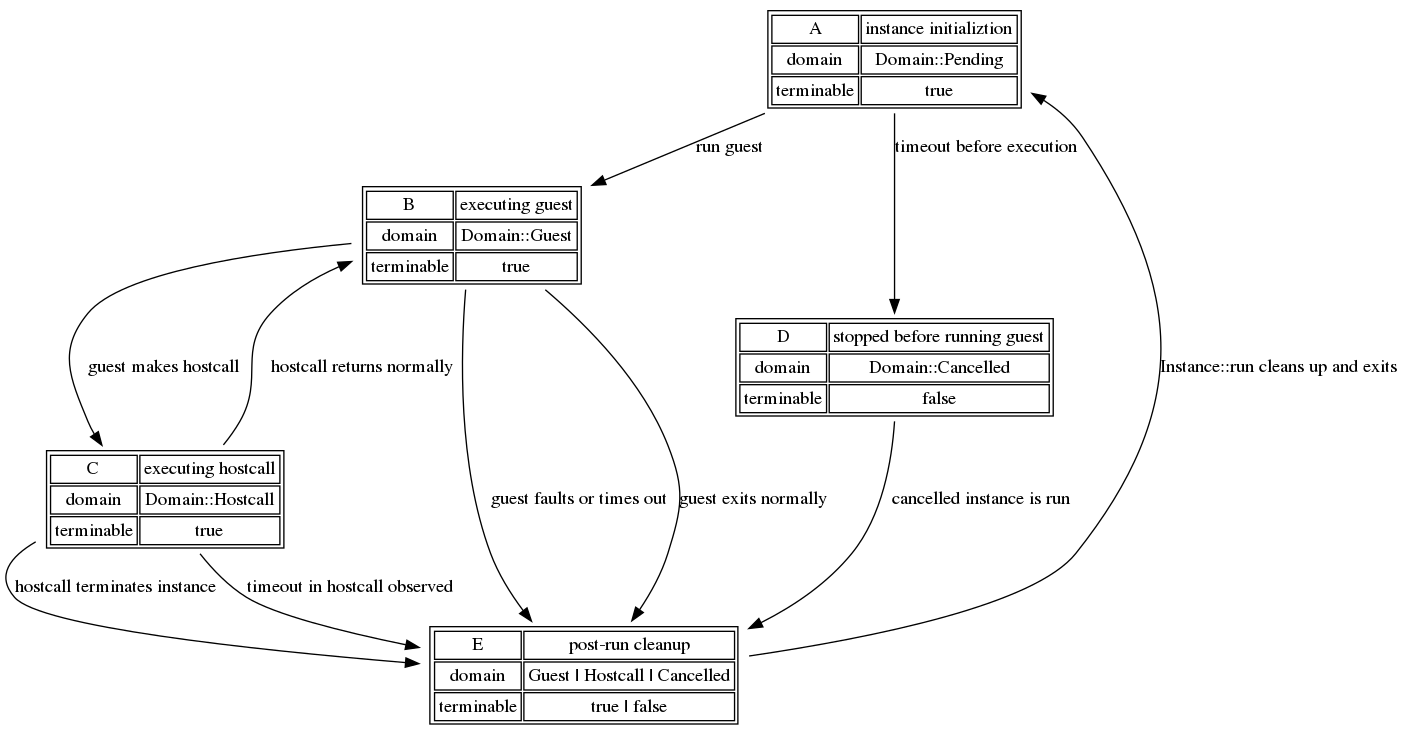
This is docs/src/lucet-runtime/states.png from bytecodealliance/lucet, a Graphviz export, as it was before one commit. Its source is kept beside it as docs/src/lucet-runtime/states.dot.
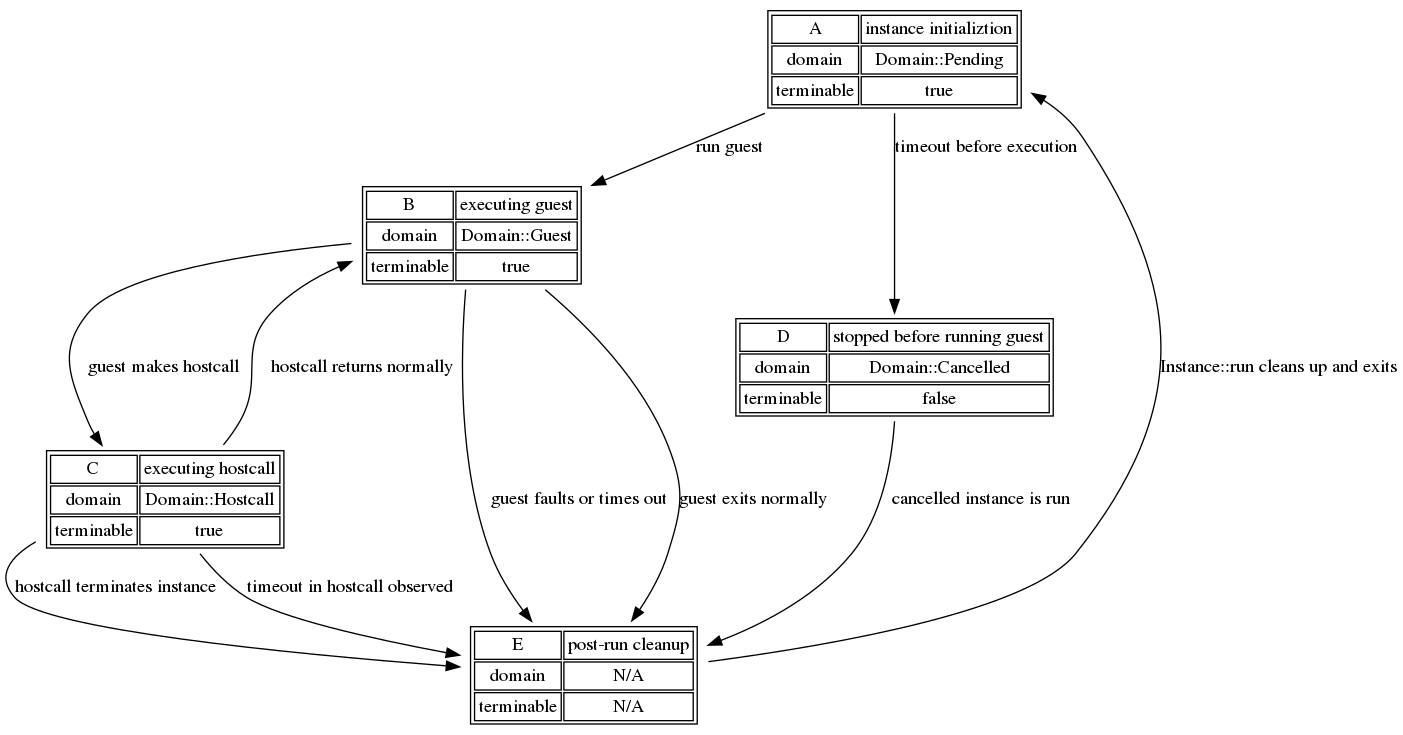
The same diagram one commit later.

Commit message:
update state diagram

What changed in the source:
```diff
@@ -1,3 +1,4 @@
+
 digraph G {
   init [shape=plaintext, label=<
     <table cellborder='1'>
@@ -30,8 +31,8 @@
   terminated [shape=plaintext, label=<
     <table cellborder='1'>
       <tr><td>E</td><td>post-run cleanup</td></tr>
-      <tr><td>domain</td><td>Guest | Hostcall | Cancelled</td></tr>
-      <tr><td>terminable</td><td>true | false</td></tr>
+      <tr><td>domain</td><td>N/A</td></tr>
+      <tr><td>terminable</td><td>N/A</td></tr>
     </table>
   >];
 
```
